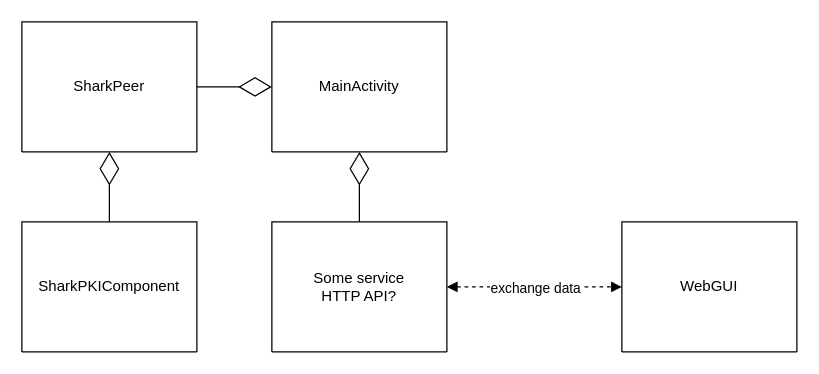
This is doc/model.drawio from InimaJin/SharkPKI_GUI, a draw.io file, before an edit. Source tidied: cells renumbered, new cells numbered last; positions are measured from the earlier drawing's top-left corner, leaving out a move shared by most shapes. Both pictures are drawn from the tidied source at 125%, with x=0, y=0 at pixel (21, 21).
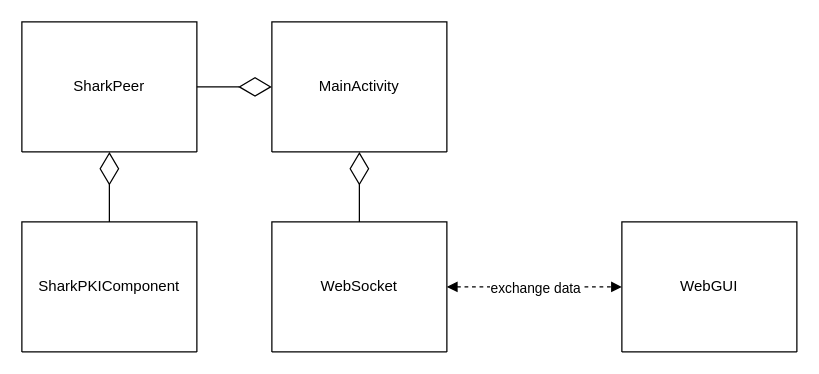
The same diagram, later.

Commit message (it also covers changes not shown here):
Update diagram with WebSocket

What changed in the source:
```diff
@@
 <mxGraphModel>
   <root>
     <mxCell id="0" />
     <mxCell id="1" parent="0" />
     <mxCell id="2" value="MainActivity" style="swimlane;fontStyle=0;horizontal=1;startSize=104;fillColor=none;whiteSpace=wrap;html=1;" parent="1" vertex="1">
       <mxGeometry x="200" width="140" height="104" as="geometry" />
     </mxCell>
     <mxCell id="3" value="SharkPeer" style="swimlane;fontStyle=0;horizontal=1;startSize=104;fillColor=none;whiteSpace=wrap;html=1;" parent="1" vertex="1">
       <mxGeometry width="140" height="104" as="geometry" />
     </mxCell>
     <mxCell id="4" style="endArrow=diamondThin;endFill=0;endSize=24;html=1;rounded=0;" parent="1" edge="1" source="3" target="2">
       <mxGeometry relative="1" as="geometry" />
     </mxCell>
     <mxCell id="5" value="SharkPKIComponent" style="swimlane;fontStyle=0;horizontal=1;startSize=104;fillColor=none;whiteSpace=wrap;html=1;" parent="1" vertex="1">
       <mxGeometry y="160" width="140" height="104" as="geometry" />
     </mxCell>
     <mxCell id="6" style="endArrow=diamondThin;endFill=0;endSize=24;html=1;rounded=0;" parent="1" edge="1" source="5" target="3">
       <mxGeometry relative="1" as="geometry" />
     </mxCell>
     <mxCell id="7" value="WebGUI" style="swimlane;fontStyle=0;horizontal=1;startSize=104;fillColor=none;whiteSpace=wrap;html=1;" parent="1" vertex="1">
       <mxGeometry x="480" y="160" width="140" height="104" as="geometry" />
     </mxCell>
-    <mxCell id="8" value="Some service&lt;div&gt;HTTP API?&lt;/div&gt;" style="swimlane;fontStyle=0;horizontal=1;startSize=104;fillColor=none;whiteSpace=wrap;html=1;" parent="1" vertex="1">
+    <mxCell id="8" value="WebSocket" style="swimlane;fontStyle=0;horizontal=1;startSize=104;fillColor=none;whiteSpace=wrap;html=1;" parent="1" vertex="1">
       <mxGeometry x="200" y="160" width="140" height="104" as="geometry" />
     </mxCell>
     <mxCell id="9" style="endArrow=diamondThin;endFill=0;endSize=24;html=1;rounded=0;" parent="1" edge="1" source="8" target="2">
       <mxGeometry relative="1" as="geometry" />
     </mxCell>
     <mxCell id="10" style="endArrow=block;dashed=1;html=1;rounded=0;startArrow=block;startFill=1;endFill=1;" parent="1" edge="1" source="8" target="7">
       <mxGeometry relative="1" as="geometry" />
     </mxCell>
     <mxCell id="11" value="exchange data" style="edgeLabel;html=1;align=center;verticalAlign=middle;" parent="10" vertex="1">
       <mxGeometry x="-0.39" y="1" relative="1" as="geometry">
         <mxPoint x="27" y="1" as="offset" />
       </mxGeometry>
     </mxCell>
   </root>
 </mxGraphModel>
```
